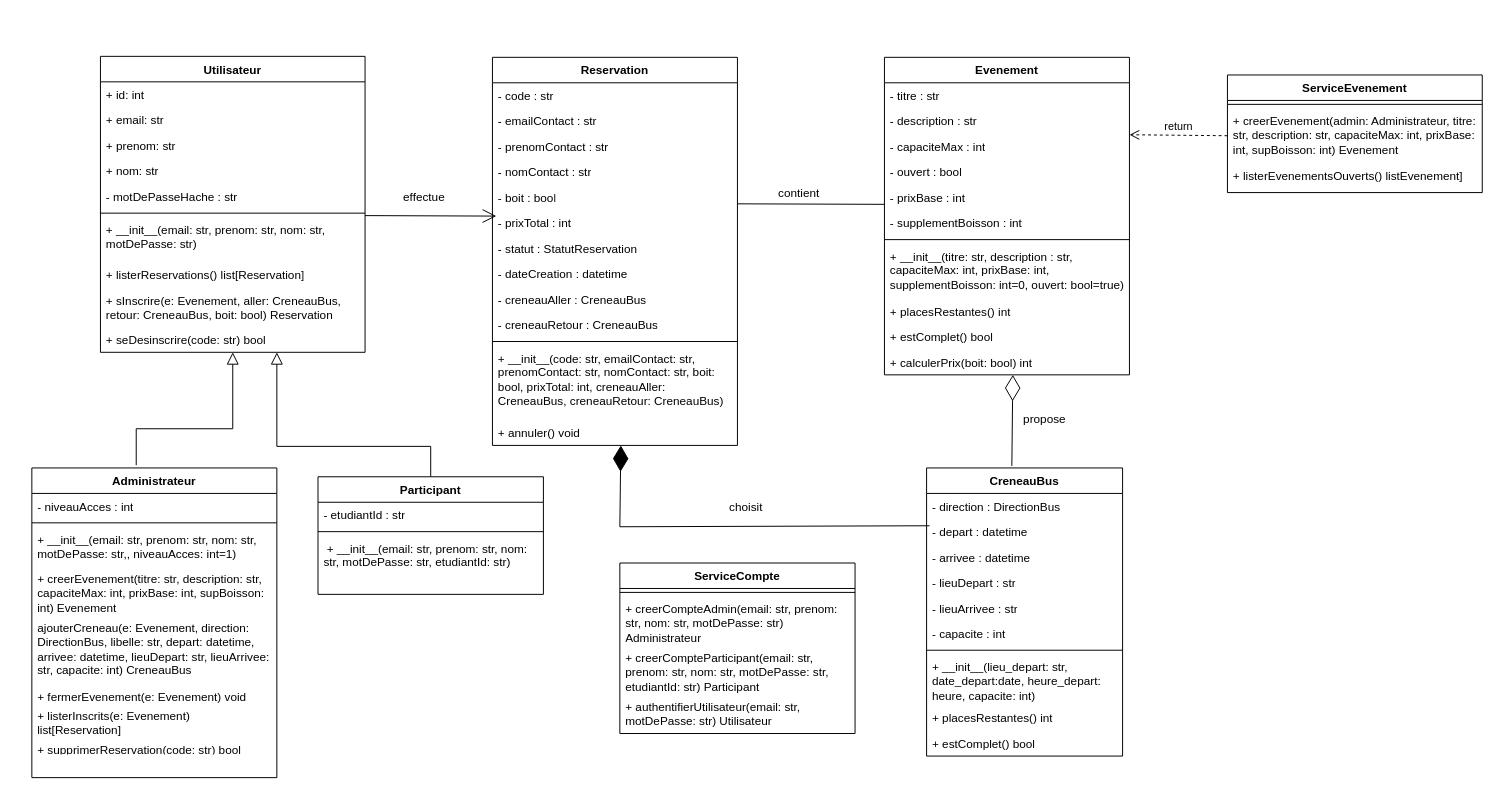
khalidjerrari/ENSAI-Projet-info-2A keeps this draw.io diagram as doc/diagramme_classe.drawio. Above is the earlier version. Source tidied: cells renumbered, new cells numbered last; positions are measured from the earlier drawing's top-left corner, leaving out a move shared by most shapes. Both pictures are drawn from the tidied source at 98%, with x=0, y=0 at pixel (31, 56).
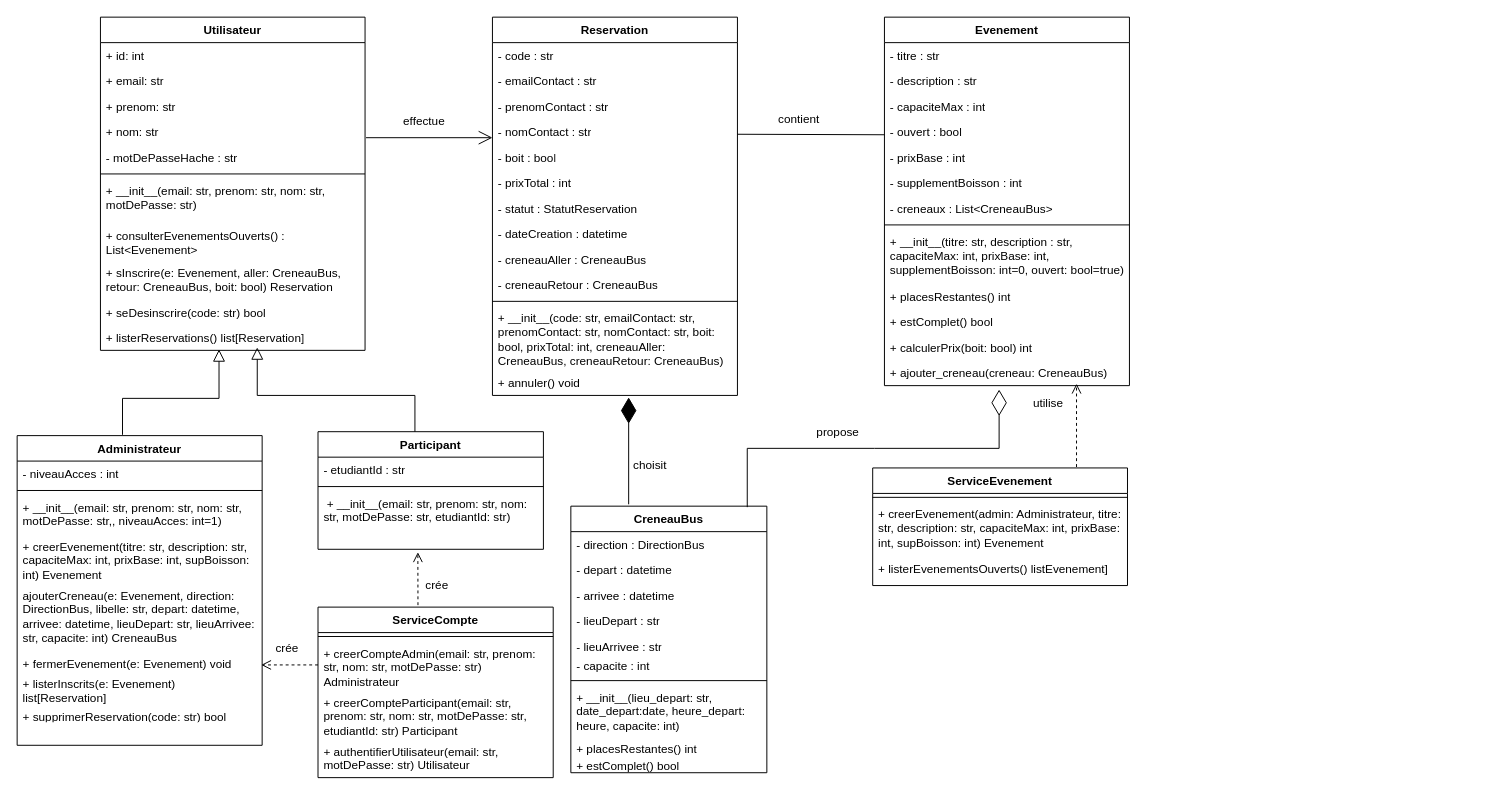
The same page after the edit.

Commit message (it also covers changes not shown here):
Mettre à jour diagramme_classe.drawio

Unchanged cells that the change refers to:
```xml
<mxCell id="39" value="&amp;nbsp;+ __init__(email: str, prenom: str, nom: str, motDePasse: str, etudiantId: str)" style="text;strokeColor=none;fillColor=none;align=left;verticalAlign=top;spacingLeft=4;spacingRight=4;overflow=hidden;points=[[0,0.5],[1,0.5]];portConstraint=eastwest;whiteSpace=wrap;html=1;" parent="36" vertex="1">
  <mxGeometry y="60" width="230" height="60" as="geometry" />
</mxCell>
<mxCell id="42" value="- depart : datetime&amp;nbsp;" style="text;strokeColor=none;fillColor=none;align=left;verticalAlign=top;spacingLeft=4;spacingRight=4;overflow=hidden;points=[[0,0.5],[1,0.5]];portConstraint=eastwest;whiteSpace=wrap;html=1;" parent="40" vertex="1">
  <mxGeometry y="52" width="200" height="26" as="geometry" />
</mxCell>
<mxCell id="57" value="- prixTotal : int" style="text;strokeColor=none;fillColor=none;align=left;verticalAlign=top;spacingLeft=4;spacingRight=4;overflow=hidden;points=[[0,0.5],[1,0.5]];portConstraint=eastwest;whiteSpace=wrap;html=1;" parent="51" vertex="1">
  <mxGeometry y="156" width="250" height="26" as="geometry" />
</mxCell>
<mxCell id="70" value="+ creerCompteAdmin(email: str, prenom: str, nom: str, motDePasse: str) Administrateur" style="text;strokeColor=none;fillColor=none;align=left;verticalAlign=top;spacingLeft=4;spacingRight=4;overflow=hidden;points=[[0,0.5],[1,0.5]];portConstraint=eastwest;whiteSpace=wrap;html=1;" parent="68" vertex="1">
  <mxGeometry y="34" width="240" height="50" as="geometry" />
</mxCell>
<mxCell id="75" value="+ creerEvenement(admin: Administrateur, titre: str, description: str, capaciteMax: int, prixBase: int, supBoisson: int) Evenement" style="text;strokeColor=none;fillColor=none;align=left;verticalAlign=top;spacingLeft=4;spacingRight=4;overflow=hidden;points=[[0,0.5],[1,0.5]];portConstraint=eastwest;whiteSpace=wrap;html=1;" parent="73" vertex="1">
  <mxGeometry y="34" width="260" height="56" as="geometry" />
</mxCell>
```

Diff of the diagram source:
```diff
@@
     <mxCell id="2" value="Utilisateur" style="swimlane;fontStyle=1;align=center;verticalAlign=top;horizontal=1;startSize=26;rounded=0;shadow=0;strokeWidth=1;" parent="1" vertex="1">
-      <mxGeometry x="70" width="270" height="302" as="geometry" />
+      <mxGeometry x="70" y="-40" width="270" height="340" as="geometry" />
     </mxCell>
@@
-    <mxCell id="10" value="+ listerReservations() list[Reservation]" style="text;strokeColor=none;fillColor=none;align=left;verticalAlign=top;spacingLeft=4;spacingRight=4;overflow=hidden;whiteSpace=wrap;html=1;" parent="2" vertex="1">
-      <mxGeometry y="210" width="270" height="26" as="geometry" />
-    </mxCell>
+    <mxCell id="83" value="+ consulterEvenementsOuverts() : List&amp;lt;Evenement&amp;gt;" style="text;strokeColor=none;fillColor=none;align=left;verticalAlign=top;spacingLeft=4;spacingRight=4;overflow=hidden;whiteSpace=wrap;html=1;" parent="2" vertex="1">
+      <mxGeometry y="210" width="270" height="38" as="geometry" />
+    </mxCell>
     <mxCell id="11" value="+ sInscrire(e: Evenement, aller: CreneauBus, retour: CreneauBus, boit: bool) Reservation" style="text;strokeColor=none;fillColor=none;align=left;verticalAlign=top;spacingLeft=4;spacingRight=4;overflow=hidden;whiteSpace=wrap;html=1;" parent="2" vertex="1">
-      <mxGeometry y="236" width="270" height="40" as="geometry" />
+      <mxGeometry y="248" width="270" height="40" as="geometry" />
     </mxCell>
     <mxCell id="12" value="+ seDesinscrire(code: str) bool" style="text;strokeColor=none;fillColor=none;align=left;verticalAlign=top;spacingLeft=4;spacingRight=4;overflow=hidden;whiteSpace=wrap;html=1;" parent="2" vertex="1">
-      <mxGeometry y="276" width="270" height="26" as="geometry" />
+      <mxGeometry y="288" width="270" height="26" as="geometry" />
     </mxCell>
+    <mxCell id="10" value="+ listerReservations() list[Reservation]" style="text;strokeColor=none;fillColor=none;align=left;verticalAlign=top;spacingLeft=4;spacingRight=4;overflow=hidden;whiteSpace=wrap;html=1;" parent="2" vertex="1">
+      <mxGeometry y="314" width="270" height="26" as="geometry" />
+    </mxCell>
     <mxCell id="13" value="Administrateur" style="swimlane;fontStyle=1;align=center;verticalAlign=top;horizontal=1;startSize=26;rounded=0;shadow=0;strokeWidth=1;" parent="1" vertex="1">
-      <mxGeometry y="420" width="250" height="316" as="geometry" />
+      <mxGeometry x="-15" y="387" width="250" height="316" as="geometry" />
     </mxCell>
@@
-    <mxCell id="22" style="endArrow=block;endSize=10;endFill=0;shadow=0;strokeWidth=1;rounded=0;curved=0;edgeStyle=elbowEdgeStyle;elbow=vertical;exitX=0.426;exitY=-0.009;exitDx=0;exitDy=0;entryX=0.5;entryY=1;entryDx=0;entryDy=0;exitPerimeter=0;" parent="1" edge="1" source="13" target="2">
+    <mxCell id="22" style="endArrow=block;endSize=10;endFill=0;shadow=0;strokeWidth=1;rounded=0;curved=0;edgeStyle=elbowEdgeStyle;elbow=vertical;exitX=0.426;exitY=-0.009;exitDx=0;exitDy=0;exitPerimeter=0;" parent="1" edge="1">
       <mxGeometry relative="1" as="geometry">
+        <mxPoint x="92.5" y="386.2" as="sourcePoint" />
+        <mxPoint x="191" y="299" as="targetPoint" />
         <Array as="points">
-          <mxPoint x="170" y="380" />
-          <mxPoint x="183.5" y="438" />
-          <mxPoint x="223.5" y="408" />
-          <mxPoint x="293.5" y="328" />
+          <mxPoint x="156" y="349" />
+          <mxPoint x="169.5" y="407" />
+          <mxPoint x="209.5" y="377" />
+          <mxPoint x="279.5" y="297" />
         </Array>
       </mxGeometry>
     </mxCell>
-    <mxCell id="23" style="endArrow=block;endSize=10;endFill=0;shadow=0;strokeWidth=1;rounded=0;curved=0;edgeStyle=elbowEdgeStyle;elbow=vertical;entryX=0.659;entryY=1.077;entryDx=0;entryDy=0;entryPerimeter=0;exitX=0.5;exitY=0;exitDx=0;exitDy=0;" parent="1" edge="1" source="36">
+    <mxCell id="23" style="endArrow=block;endSize=10;endFill=0;shadow=0;strokeWidth=1;rounded=0;curved=0;edgeStyle=elbowEdgeStyle;elbow=vertical;exitX=0.43;exitY=0.008;exitDx=0;exitDy=0;exitPerimeter=0;" parent="1" edge="1" source="36">
       <mxGeometry relative="1" as="geometry">
-        <mxPoint x="250" y="302" as="targetPoint" />
+        <mxPoint x="230" y="297" as="targetPoint" />
         <Array as="points">
-          <mxPoint x="444.1" y="398" />
-          <mxPoint x="344.1" y="358" />
-          <mxPoint x="384.1" y="368" />
-          <mxPoint x="344.1" y="288" />
+          <mxPoint x="314" y="346" />
+          <mxPoint x="328.1" y="299" />
+          <mxPoint x="368.1" y="309" />
+          <mxPoint x="328.1" y="229" />
         </Array>
       </mxGeometry>
     </mxCell>
     <mxCell id="24" value="Evenement" style="swimlane;fontStyle=1;align=center;verticalAlign=top;horizontal=1;startSize=26;rounded=0;shadow=0;strokeWidth=1;" parent="1" vertex="1">
-      <mxGeometry x="870" y="1" width="250" height="324" as="geometry" />
+      <mxGeometry x="870" y="-40" width="250" height="376" as="geometry" />
     </mxCell>
@@
+    <mxCell id="84" value="- creneaux : List&amp;lt;CreneauBus&amp;gt;" style="text;strokeColor=none;fillColor=none;align=left;verticalAlign=top;spacingLeft=4;spacingRight=4;overflow=hidden;whiteSpace=wrap;html=1;" parent="24" vertex="1">
+      <mxGeometry y="182" width="250" height="26" as="geometry" />
+    </mxCell>
     <mxCell id="31" style="line;html=1;strokeWidth=1;align=left;verticalAlign=middle;spacingTop=-1;spacingLeft=3;spacingRight=3;labelPosition=right;" parent="24" vertex="1">
-      <mxGeometry y="182" width="250" height="8" as="geometry" />
+      <mxGeometry y="208" width="250" height="8" as="geometry" />
     </mxCell>
     <mxCell id="32" value="+ __init__(titre: str, description : str, capaciteMax: int, prixBase: int, supplementBoisson: int=0, ouvert: bool=true)" style="text;strokeColor=none;fillColor=none;align=left;verticalAlign=top;spacingLeft=4;spacingRight=4;overflow=hidden;whiteSpace=wrap;html=1;" parent="24" vertex="1">
-      <mxGeometry y="190" width="250" height="56" as="geometry" />
+      <mxGeometry y="216" width="250" height="56" as="geometry" />
     </mxCell>
     <mxCell id="33" value="+ placesRestantes() int" style="text;strokeColor=none;fillColor=none;align=left;verticalAlign=top;spacingLeft=4;spacingRight=4;overflow=hidden;whiteSpace=wrap;html=1;" parent="24" vertex="1">
-      <mxGeometry y="246" width="250" height="26" as="geometry" />
+      <mxGeometry y="272" width="250" height="26" as="geometry" />
     </mxCell>
     <mxCell id="34" value="+ estComplet() bool" style="text;strokeColor=none;fillColor=none;align=left;verticalAlign=top;spacingLeft=4;spacingRight=4;overflow=hidden;whiteSpace=wrap;html=1;" parent="24" vertex="1">
-      <mxGeometry y="272" width="250" height="26" as="geometry" />
+      <mxGeometry y="298" width="250" height="26" as="geometry" />
     </mxCell>
     <mxCell id="35" value="+ calculerPrix(boit: bool) int" style="text;strokeColor=none;fillColor=none;align=left;verticalAlign=top;spacingLeft=4;spacingRight=4;overflow=hidden;whiteSpace=wrap;html=1;" parent="24" vertex="1">
-      <mxGeometry y="298" width="250" height="26" as="geometry" />
+      <mxGeometry y="324" width="250" height="26" as="geometry" />
     </mxCell>
+    <mxCell id="85" value="+ ajouter_creneau(creneau: CreneauBus)" style="text;strokeColor=none;fillColor=none;align=left;verticalAlign=top;spacingLeft=4;spacingRight=4;overflow=hidden;points=[[0,0.5],[1,0.5]];portConstraint=eastwest;whiteSpace=wrap;html=1;" parent="24" vertex="1">
+      <mxGeometry y="350" width="250" height="26" as="geometry" />
+    </mxCell>
     <mxCell id="36" value="Participant" style="swimlane;fontStyle=1;align=center;verticalAlign=top;horizontal=1;startSize=26;whiteSpace=wrap;html=1;" parent="1" vertex="1">
-      <mxGeometry x="292" y="429" width="230" height="120" as="geometry" />
+      <mxGeometry x="292" y="383" width="230" height="120" as="geometry" />
     </mxCell>
@@
     <mxCell id="40" value="CreneauBus" style="swimlane;fontStyle=1;align=center;verticalAlign=top;horizontal=1;startSize=26;whiteSpace=wrap;html=1;" parent="1" vertex="1">
-      <mxGeometry x="913" y="420" width="200" height="294" as="geometry" />
+      <mxGeometry x="550" y="459" width="200" height="272" as="geometry" />
     </mxCell>
@@
     <mxCell id="45" value="- lieuArrivee : str" style="text;strokeColor=none;fillColor=none;align=left;verticalAlign=top;spacingLeft=4;spacingRight=4;overflow=hidden;whiteSpace=wrap;html=1;" parent="40" vertex="1">
-      <mxGeometry y="130" width="200" height="26" as="geometry" />
+      <mxGeometry y="130" width="200" height="20" as="geometry" />
     </mxCell>
     <mxCell id="46" value="- capacite : int" style="text;strokeColor=none;fillColor=none;align=left;verticalAlign=top;spacingLeft=4;spacingRight=4;overflow=hidden;whiteSpace=wrap;html=1;" parent="40" vertex="1">
-      <mxGeometry y="156" width="200" height="26" as="geometry" />
+      <mxGeometry y="150" width="200" height="24" as="geometry" />
     </mxCell>
     <mxCell id="47" style="line;strokeWidth=1;fillColor=none;align=left;verticalAlign=middle;spacingTop=-1;spacingLeft=3;spacingRight=3;labelPosition=right;strokeColor=inherit;" parent="40" vertex="1">
-      <mxGeometry y="182" width="200" height="8" as="geometry" />
+      <mxGeometry y="174" width="200" height="8" as="geometry" />
     </mxCell>
     <mxCell id="48" value="+ __init__(lieu_depart: str, date_depart:date, heure_depart: heure, capacite: int)" style="text;strokeColor=none;fillColor=none;align=left;verticalAlign=top;spacingLeft=4;spacingRight=4;overflow=hidden;whiteSpace=wrap;html=1;" parent="40" vertex="1">
-      <mxGeometry y="190" width="200" height="52" as="geometry" />
+      <mxGeometry y="182" width="200" height="52" as="geometry" />
     </mxCell>
     <mxCell id="49" value="+ placesRestantes() int" style="text;strokeColor=none;fillColor=none;align=left;verticalAlign=top;spacingLeft=4;spacingRight=4;overflow=hidden;whiteSpace=wrap;html=1;" parent="40" vertex="1">
-      <mxGeometry y="242" width="200" height="26" as="geometry" />
+      <mxGeometry y="234" width="200" height="18" as="geometry" />
     </mxCell>
     <mxCell id="50" value="+ estComplet() bool" style="text;strokeColor=none;fillColor=none;align=left;verticalAlign=top;spacingLeft=4;spacingRight=4;overflow=hidden;whiteSpace=wrap;html=1;" parent="40" vertex="1">
-      <mxGeometry y="268" width="200" height="26" as="geometry" />
+      <mxGeometry y="252" width="200" height="20" as="geometry" />
     </mxCell>
     <mxCell id="51" value="Reservation" style="swimlane;fontStyle=1;align=center;verticalAlign=top;horizontal=1;startSize=26;whiteSpace=wrap;html=1;" parent="1" vertex="1">
-      <mxGeometry x="470" y="1" width="250" height="396" as="geometry" />
+      <mxGeometry x="470" y="-40" width="250" height="386" as="geometry" />
     </mxCell>
@@
     <mxCell id="63" value="+ __init__(code: str, emailContact: str, prenomContact: str, nomContact: str, boit: bool, prixTotal: int, creneauAller: CreneauBus, creneauRetour: CreneauBus)" style="text;strokeColor=none;fillColor=none;align=left;verticalAlign=top;spacingLeft=4;spacingRight=4;overflow=hidden;whiteSpace=wrap;html=1;" parent="51" vertex="1">
-      <mxGeometry y="294" width="250" height="76" as="geometry" />
+      <mxGeometry y="294" width="250" height="66" as="geometry" />
     </mxCell>
     <mxCell id="64" value="+ annuler() void" style="text;strokeColor=none;fillColor=none;align=left;verticalAlign=top;spacingLeft=4;spacingRight=4;overflow=hidden;points=[[0,0.5],[1,0.5]];portConstraint=eastwest;whiteSpace=wrap;html=1;" parent="51" vertex="1">
-      <mxGeometry y="370" width="250" height="26" as="geometry" />
+      <mxGeometry y="360" width="250" height="26" as="geometry" />
     </mxCell>
     <mxCell id="65" value="effectue" style="text;align=center;fontStyle=0;verticalAlign=middle;spacingLeft=3;spacingRight=3;strokeColor=none;html=1;" parent="1" vertex="1">
-      <mxGeometry x="360" y="131" width="80" height="26" as="geometry" />
+      <mxGeometry x="360" y="54" width="80" height="26" as="geometry" />
     </mxCell>
     <mxCell id="66" value="contient" style="text;whiteSpace=wrap;" parent="1" vertex="1">
-      <mxGeometry x="760" y="126" width="80" height="40" as="geometry" />
+      <mxGeometry x="760" y="51" width="70" height="19" as="geometry" />
     </mxCell>
     <mxCell id="67" value="choisit" style="text;whiteSpace=wrap;" parent="1" vertex="1">
-      <mxGeometry x="710" y="446" width="40" height="31" as="geometry" />
+      <mxGeometry x="612" y="404" width="40" height="20" as="geometry" />
     </mxCell>
     <mxCell id="68" value="ServiceCompte" style="swimlane;fontStyle=1;align=center;verticalAlign=top;horizontal=1;startSize=26;whiteSpace=wrap;html=1;" parent="1" vertex="1">
-      <mxGeometry x="600" y="517" width="240" height="174" as="geometry" />
+      <mxGeometry x="292" y="562" width="240" height="174" as="geometry" />
     </mxCell>
@@
+    <mxCell id="86" style="html=1;verticalAlign=bottom;endArrow=open;dashed=1;endSize=8;curved=0;rounded=0;exitX=0;exitY=0.5;exitDx=0;exitDy=0;" parent="68" edge="1" source="70">
+      <mxGeometry relative="1" as="geometry">
+        <mxPoint x="-58" y="59" as="targetPoint" />
+      </mxGeometry>
+    </mxCell>
@@
     <mxCell id="73" value="ServiceEvenement" style="swimlane;fontStyle=1;align=center;verticalAlign=top;horizontal=1;startSize=26;whiteSpace=wrap;html=1;" parent="1" vertex="1">
-      <mxGeometry x="1220" y="19" width="260" height="120" as="geometry" />
+      <mxGeometry x="858" y="420" width="260" height="120" as="geometry" />
     </mxCell>
@@
-    <mxCell id="77" style="endArrow=open;endFill=1;endSize=12;html=1;rounded=0;entryX=0.016;entryY=0.231;entryDx=0;entryDy=0;entryPerimeter=0;" parent="1" edge="1" target="57">
+    <mxCell id="77" style="endArrow=open;endFill=1;endSize=12;html=1;rounded=0;" parent="1" edge="1">
       <mxGeometry relative="1" as="geometry">
-        <mxPoint x="340" y="162.5" as="sourcePoint" />
+        <mxPoint x="341" y="83" as="sourcePoint" />
+        <mxPoint x="470" y="83" as="targetPoint" />
       </mxGeometry>
     </mxCell>
     <mxCell id="78" style="endArrow=none;html=1;rounded=0;" parent="1" edge="1">
       <mxGeometry relative="1" as="geometry">
-        <mxPoint x="720" y="150.5" as="sourcePoint" />
-        <mxPoint x="870" y="151" as="targetPoint" />
+        <mxPoint x="720" y="79.5" as="sourcePoint" />
+        <mxPoint x="870" y="80" as="targetPoint" />
       </mxGeometry>
     </mxCell>
-    <mxCell id="79" style="endArrow=diamondThin;endFill=0;endSize=24;html=1;rounded=0;entryX=0.5;entryY=1;entryDx=0;entryDy=0;exitX=0.405;exitY=-0.007;exitDx=0;exitDy=0;exitPerimeter=0;" parent="1" edge="1">
+    <mxCell id="79" style="endArrow=diamondThin;endFill=0;endSize=24;html=1;rounded=0;" parent="1" edge="1">
       <mxGeometry relative="1" as="geometry">
-        <mxPoint x="1000" y="417.9" as="sourcePoint" />
-        <mxPoint x="1001" y="325" as="targetPoint" />
+        <mxPoint x="730" y="460" as="sourcePoint" />
+        <mxPoint x="987" y="340" as="targetPoint" />
+        <Array as="points">
+          <mxPoint x="730" y="400" />
+          <mxPoint x="860" y="400" />
+          <mxPoint x="987" y="400" />
+        </Array>
       </mxGeometry>
     </mxCell>
     <mxCell id="80" value="propose" style="text;whiteSpace=wrap;" parent="1" vertex="1">
-      <mxGeometry x="1010" y="357" width="80" height="40" as="geometry" />
+      <mxGeometry x="799" y="370" width="80" height="26" as="geometry" />
     </mxCell>
-    <mxCell id="81" style="endArrow=diamondThin;endFill=1;endSize=24;html=1;rounded=0;exitX=0.015;exitY=0.269;exitDx=0;exitDy=0;entryX=0.564;entryY=1;entryDx=0;entryDy=0;entryPerimeter=0;exitPerimeter=0;" parent="1" edge="1" source="42">
-      <mxGeometry relative="1" as="geometry">
-        <mxPoint x="601" y="397" as="targetPoint" />
-        <Array as="points">
-          <mxPoint x="600" y="480" />
-        </Array>
-      </mxGeometry>
-    </mxCell>
-    <mxCell id="82" value="return" style="html=1;verticalAlign=bottom;endArrow=open;dashed=1;endSize=8;curved=0;rounded=0;exitX=0;exitY=0.5;exitDx=0;exitDy=0;" parent="1" edge="1" source="75">
-      <mxGeometry relative="1" as="geometry">
-        <mxPoint x="1120" y="80" as="targetPoint" />
-      </mxGeometry>
-    </mxCell>
+    <mxCell id="87" value="utilise" style="text;whiteSpace=wrap;" parent="1" vertex="1">
+      <mxGeometry x="1020" y="340" width="40" height="30" as="geometry" />
+    </mxCell>
+    <mxCell id="88" style="html=1;verticalAlign=bottom;endArrow=open;dashed=1;endSize=8;curved=0;rounded=0;exitX=0.8;exitY=-0.008;exitDx=0;exitDy=0;exitPerimeter=0;entryX=0.784;entryY=0.923;entryDx=0;entryDy=0;entryPerimeter=0;" parent="1" edge="1" source="73" target="85">
+      <mxGeometry relative="1" as="geometry" />
+    </mxCell>
+    <mxCell id="89" style="endArrow=diamondThin;endFill=1;endSize=24;html=1;rounded=0;entryX=0.556;entryY=1.077;entryDx=0;entryDy=0;entryPerimeter=0;exitX=0.295;exitY=-0.007;exitDx=0;exitDy=0;exitPerimeter=0;" parent="1" edge="1" source="40" target="64">
+      <mxGeometry relative="1" as="geometry" />
+    </mxCell>
+    <mxCell id="90" style="html=1;verticalAlign=bottom;endArrow=open;dashed=1;endSize=8;curved=0;rounded=0;entryX=0.443;entryY=1.05;entryDx=0;entryDy=0;entryPerimeter=0;" parent="1" edge="1" target="39">
+      <mxGeometry relative="1" as="geometry">
+        <mxPoint x="394" y="560" as="sourcePoint" />
+      </mxGeometry>
+    </mxCell>
+    <mxCell id="91" value="crée" style="text;whiteSpace=wrap;" parent="1" vertex="1">
+      <mxGeometry x="400" y="526" width="40" height="20" as="geometry" />
+    </mxCell>
+    <mxCell id="92" value="crée" style="text;whiteSpace=wrap;" parent="1" vertex="1">
+      <mxGeometry x="247" y="590" width="40" height="20" as="geometry" />
+    </mxCell>
```
